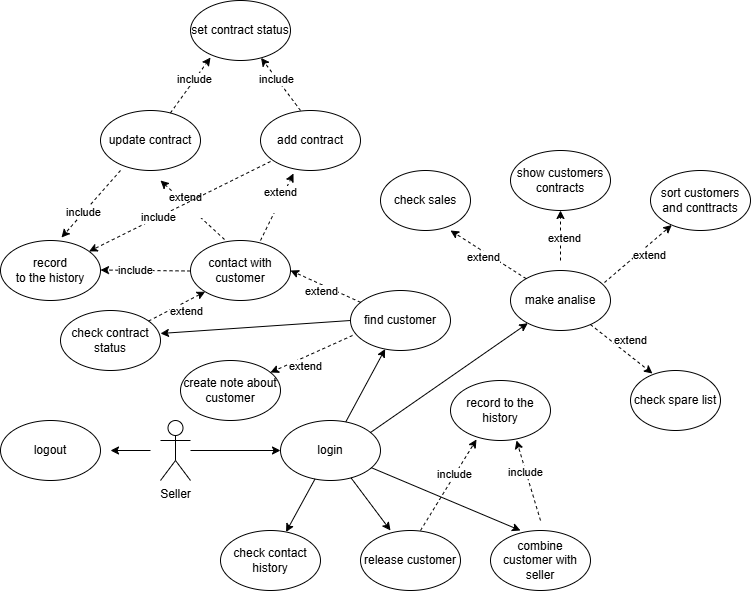
Above: documentation/images/use_case_contract_management.png in RockPiryt/EnerLink (draw.io), before the change. Source tidied: cells renumbered, new cells last; positions are measured from the earlier drawing's top-left corner, leaving out a move shared by most shapes.
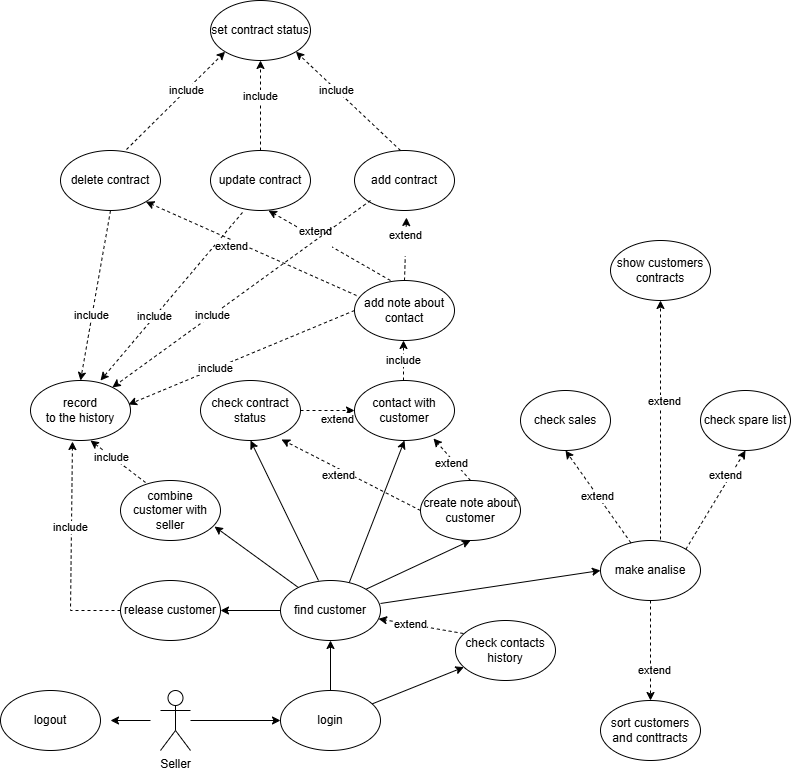
Above is the later version.

Commit message:
new version use case customer and contract diagrams

Diff of the diagram source:
```diff
@@ -5,6 +5,6 @@
     <mxCell id="2" value="Seller" style="shape=umlActor;verticalLabelPosition=bottom;verticalAlign=top;html=1;outlineConnect=0;" parent="1" vertex="1">
-      <mxGeometry x="160" y="420" width="30" height="60" as="geometry" />
+      <mxGeometry x="89" y="920" width="30" height="60" as="geometry" />
     </mxCell>
     <mxCell id="3" value="login" style="ellipse;whiteSpace=wrap;html=1;" parent="1" vertex="1">
-      <mxGeometry x="280" y="420" width="100" height="60" as="geometry" />
+      <mxGeometry x="209" y="920" width="100" height="60" as="geometry" />
     </mxCell>
@@ -14,3 +14,3 @@
     <mxCell id="5" value="logout" style="ellipse;whiteSpace=wrap;html=1;" parent="1" vertex="1">
-      <mxGeometry y="420" width="100" height="60" as="geometry" />
+      <mxGeometry x="-71" y="920" width="100" height="60" as="geometry" />
     </mxCell>
@@ -18,4 +18,4 @@
       <mxGeometry relative="1" as="geometry">
-        <mxPoint x="150" y="450" as="sourcePoint" />
-        <mxPoint x="110" y="450" as="targetPoint" />
+        <mxPoint x="79" y="950" as="sourcePoint" />
+        <mxPoint x="39" y="950" as="targetPoint" />
       </mxGeometry>
@@ -23,5 +23,5 @@
     <mxCell id="7" value="combine customer with seller" style="ellipse;whiteSpace=wrap;html=1;" parent="1" vertex="1">
-      <mxGeometry x="490" y="530" width="100" height="60" as="geometry" />
+      <mxGeometry x="49" y="710" width="100" height="60" as="geometry" />
     </mxCell>
-    <mxCell id="8" style="endArrow=classic;html=1;rounded=0;entryX=0.3;entryY=0;entryDx=0;entryDy=0;entryPerimeter=0;" parent="1" edge="1" source="3" target="7">
+    <mxCell id="8" style="endArrow=classic;html=1;rounded=0;entryX=0.94;entryY=0.767;entryDx=0;entryDy=0;entryPerimeter=0;" parent="1" edge="1" source="43" target="7">
       <mxGeometry relative="1" as="geometry" />
@@ -29,9 +29,9 @@
     <mxCell id="9" value="release customer" style="ellipse;whiteSpace=wrap;html=1;" parent="1" vertex="1">
-      <mxGeometry x="360" y="530" width="100" height="60" as="geometry" />
+      <mxGeometry x="49" y="810" width="100" height="60" as="geometry" />
     </mxCell>
-    <mxCell id="10" style="endArrow=classic;html=1;rounded=0;entryX=0.3;entryY=0;entryDx=0;entryDy=0;entryPerimeter=0;" parent="1" edge="1" source="3" target="9">
+    <mxCell id="10" style="endArrow=classic;html=1;rounded=0;entryX=1;entryY=0.5;entryDx=0;entryDy=0;exitX=0;exitY=0.5;exitDx=0;exitDy=0;" parent="1" edge="1" source="43" target="9">
       <mxGeometry relative="1" as="geometry" />
     </mxCell>
-    <mxCell id="11" value="check contact history" style="ellipse;whiteSpace=wrap;html=1;" parent="1" vertex="1">
-      <mxGeometry x="220" y="530" width="100" height="60" as="geometry" />
+    <mxCell id="11" value="check contacts history" style="ellipse;whiteSpace=wrap;html=1;" parent="1" vertex="1">
+      <mxGeometry x="384" y="850" width="100" height="60" as="geometry" />
     </mxCell>
@@ -41,11 +41,5 @@
     <mxCell id="13" value="check contract status" style="ellipse;whiteSpace=wrap;html=1;" parent="1" vertex="1">
-      <mxGeometry x="60" y="310" width="100" height="60" as="geometry" />
+      <mxGeometry x="129" y="610" width="100" height="60" as="geometry" />
     </mxCell>
-    <mxCell id="14" style="endArrow=classic;html=1;rounded=0;exitX=0;exitY=0.5;exitDx=0;exitDy=0;entryX=1;entryY=0.383;entryDx=0;entryDy=0;entryPerimeter=0;" parent="1" edge="1" source="43" target="13">
-      <mxGeometry relative="1" as="geometry" />
-    </mxCell>
-    <mxCell id="15" value="record to the history" style="ellipse;whiteSpace=wrap;html=1;" parent="1" vertex="1">
-      <mxGeometry x="450" y="380" width="100" height="60" as="geometry" />
-    </mxCell>
-    <mxCell id="16" style="endArrow=classic;html=1;rounded=0;entryX=0.26;entryY=0.983;entryDx=0;entryDy=0;entryPerimeter=0;exitX=0.6;exitY=0;exitDx=0;exitDy=0;exitPerimeter=0;dashed=1;" parent="1" edge="1" source="9" target="15">
+    <mxCell id="16" style="endArrow=classic;html=1;rounded=0;entryX=0.6;entryY=1;entryDx=0;entryDy=0;entryPerimeter=0;exitX=0.25;exitY=0.033;exitDx=0;exitDy=0;exitPerimeter=0;dashed=1;" parent="1" edge="1" source="7" target="25">
       <mxGeometry relative="1" as="geometry" />
@@ -57,6 +51,7 @@
     </mxCell>
-    <mxCell id="18" style="endArrow=classic;html=1;rounded=0;entryX=0.26;entryY=0.983;entryDx=0;entryDy=0;entryPerimeter=0;dashed=1;" parent="1" edge="1">
+    <mxCell id="18" style="endArrow=classic;html=1;rounded=0;entryX=0.42;entryY=1.017;entryDx=0;entryDy=0;entryPerimeter=0;dashed=1;exitX=0;exitY=0.5;exitDx=0;exitDy=0;" parent="1" edge="1" source="9" target="25">
       <mxGeometry relative="1" as="geometry">
-        <mxPoint x="540" y="520" as="sourcePoint" />
-        <mxPoint x="516" y="440" as="targetPoint" />
+        <Array as="points">
+          <mxPoint x="-1" y="840" />
+        </Array>
       </mxGeometry>
@@ -69,5 +64,5 @@
     <mxCell id="20" value="contact with customer" style="ellipse;whiteSpace=wrap;html=1;" parent="1" vertex="1">
-      <mxGeometry x="190" y="240" width="100" height="60" as="geometry" />
+      <mxGeometry x="283" y="610" width="100" height="60" as="geometry" />
     </mxCell>
-    <mxCell id="21" style="endArrow=classic;html=1;rounded=0;" parent="1" edge="1" source="3" target="43">
+    <mxCell id="21" style="endArrow=classic;html=1;rounded=0;exitX=0.68;exitY=0.067;exitDx=0;exitDy=0;entryX=0.5;entryY=1;entryDx=0;entryDy=0;exitPerimeter=0;" parent="1" edge="1" source="43" target="20">
       <mxGeometry relative="1" as="geometry" />
@@ -75,9 +70,6 @@
     <mxCell id="22" value="create note about customer" style="ellipse;whiteSpace=wrap;html=1;" parent="1" vertex="1">
-      <mxGeometry x="180" y="360" width="100" height="60" as="geometry" />
+      <mxGeometry x="349" y="710" width="100" height="60" as="geometry" />
     </mxCell>
-    <mxCell id="23" style="endArrow=classic;html=1;rounded=0;exitX=0.6;exitY=0;exitDx=0;exitDy=0;exitPerimeter=0;dashed=1;" parent="1" edge="1">
-      <mxGeometry relative="1" as="geometry">
-        <mxPoint x="190" y="270.5" as="sourcePoint" />
-        <mxPoint x="100" y="269.5" as="targetPoint" />
-      </mxGeometry>
+    <mxCell id="23" style="endArrow=classic;html=1;rounded=0;exitX=0;exitY=0.5;exitDx=0;exitDy=0;dashed=1;entryX=0.98;entryY=0.4;entryDx=0;entryDy=0;entryPerimeter=0;" parent="1" edge="1" source="65" target="25">
+      <mxGeometry relative="1" as="geometry" />
     </mxCell>
@@ -89,17 +81,15 @@
     <mxCell id="25" value="record&lt;div&gt;to the history&lt;/div&gt;" style="ellipse;whiteSpace=wrap;html=1;" parent="1" vertex="1">
-      <mxGeometry y="240" width="100" height="60" as="geometry" />
+      <mxGeometry x="-41" y="610" width="100" height="60" as="geometry" />
     </mxCell>
     <mxCell id="26" value="update contract" style="ellipse;whiteSpace=wrap;html=1;" parent="1" vertex="1">
-      <mxGeometry x="100" y="110" width="100" height="60" as="geometry" />
+      <mxGeometry x="139" y="380" width="100" height="60" as="geometry" />
     </mxCell>
     <mxCell id="27" value="add contract" style="ellipse;whiteSpace=wrap;html=1;" parent="1" vertex="1">
-      <mxGeometry x="260" y="110" width="100" height="60" as="geometry" />
+      <mxGeometry x="283" y="380" width="100" height="60" as="geometry" />
     </mxCell>
     <mxCell id="28" value="set contract status" style="ellipse;whiteSpace=wrap;html=1;" parent="1" vertex="1">
-      <mxGeometry x="190" width="100" height="60" as="geometry" />
+      <mxGeometry x="139" y="230" width="100" height="60" as="geometry" />
     </mxCell>
-    <mxCell id="29" style="endArrow=classic;html=1;rounded=0;dashed=1;exitX=0.34;exitY=-0.017;exitDx=0;exitDy=0;exitPerimeter=0;" parent="1" edge="1" source="20">
-      <mxGeometry relative="1" as="geometry">
-        <mxPoint x="160" y="180" as="targetPoint" />
-      </mxGeometry>
+    <mxCell id="29" style="endArrow=classic;html=1;rounded=0;dashed=1;exitX=0.5;exitY=0;exitDx=0;exitDy=0;entryX=0.52;entryY=1.117;entryDx=0;entryDy=0;entryPerimeter=0;" parent="1" edge="1" source="65" target="27">
+      <mxGeometry relative="1" as="geometry" />
     </mxCell>
@@ -110,6 +100,4 @@
     </mxCell>
-    <mxCell id="31" style="endArrow=classic;html=1;rounded=0;dashed=1;entryX=0.33;entryY=1.05;entryDx=0;entryDy=0;exitX=0.34;exitY=-0.017;exitDx=0;exitDy=0;exitPerimeter=0;entryPerimeter=0;" parent="1" edge="1" target="27">
-      <mxGeometry relative="1" as="geometry">
-        <mxPoint x="260" y="240" as="sourcePoint" />
-      </mxGeometry>
+    <mxCell id="31" style="endArrow=classic;html=1;rounded=0;dashed=1;exitX=0.36;exitY=0;exitDx=0;exitDy=0;exitPerimeter=0;entryX=0.58;entryY=1;entryDx=0;entryDy=0;entryPerimeter=0;" parent="1" edge="1" source="65" target="26">
+      <mxGeometry relative="1" as="geometry" />
     </mxCell>
@@ -120,5 +108,5 @@
     </mxCell>
-    <mxCell id="33" style="endArrow=classic;html=1;rounded=0;exitX=0.6;exitY=0;exitDx=0;exitDy=0;exitPerimeter=0;dashed=1;entryX=0.61;entryY=-0.05;entryDx=0;entryDy=0;entryPerimeter=0;" parent="1" edge="1" target="25">
+    <mxCell id="33" style="endArrow=classic;html=1;rounded=0;dashed=1;entryX=0.5;entryY=0;entryDx=0;entryDy=0;" parent="1" edge="1" target="25">
       <mxGeometry relative="1" as="geometry">
-        <mxPoint x="120" y="170" as="sourcePoint" />
+        <mxPoint x="39" y="440" as="sourcePoint" />
       </mxGeometry>
@@ -130,5 +118,5 @@
     </mxCell>
-    <mxCell id="35" style="endArrow=classic;html=1;rounded=0;exitX=0.6;exitY=0;exitDx=0;exitDy=0;exitPerimeter=0;dashed=1;" parent="1" edge="1" target="25">
+    <mxCell id="35" style="endArrow=classic;html=1;rounded=0;dashed=1;" parent="1" edge="1" target="25">
       <mxGeometry relative="1" as="geometry">
-        <mxPoint x="270" y="161" as="sourcePoint" />
+        <mxPoint x="299" y="430" as="sourcePoint" />
       </mxGeometry>
@@ -140,6 +128,4 @@
     </mxCell>
-    <mxCell id="37" style="endArrow=classic;html=1;rounded=0;exitX=0.6;exitY=0;exitDx=0;exitDy=0;exitPerimeter=0;dashed=1;" parent="1" edge="1" target="28">
-      <mxGeometry relative="1" as="geometry">
-        <mxPoint x="300" y="110" as="sourcePoint" />
-      </mxGeometry>
+    <mxCell id="37" style="endArrow=classic;html=1;rounded=0;exitX=0.66;exitY=-0.017;exitDx=0;exitDy=0;exitPerimeter=0;dashed=1;entryX=0;entryY=1;entryDx=0;entryDy=0;" parent="1" edge="1" source="71" target="28">
+      <mxGeometry relative="1" as="geometry" />
     </mxCell>
@@ -150,6 +136,4 @@
     </mxCell>
-    <mxCell id="39" style="endArrow=classic;html=1;rounded=0;dashed=1;" parent="1" edge="1" source="26">
-      <mxGeometry relative="1" as="geometry">
-        <mxPoint x="210" y="57" as="targetPoint" />
-      </mxGeometry>
+    <mxCell id="39" style="endArrow=classic;html=1;rounded=0;dashed=1;exitX=0.32;exitY=1.033;exitDx=0;exitDy=0;exitPerimeter=0;entryX=0.7;entryY=0;entryDx=0;entryDy=0;entryPerimeter=0;" parent="1" edge="1" source="26" target="25">
+      <mxGeometry relative="1" as="geometry" />
     </mxCell>
@@ -160,3 +144,3 @@
     </mxCell>
-    <mxCell id="41" style="endArrow=classic;html=1;rounded=0;dashed=1;entryX=1;entryY=0.5;entryDx=0;entryDy=0;" parent="1" edge="1" source="43" target="20">
+    <mxCell id="41" style="endArrow=classic;html=1;rounded=0;dashed=1;exitX=0.02;exitY=0.25;exitDx=0;exitDy=0;exitPerimeter=0;entryX=1;entryY=1;entryDx=0;entryDy=0;" parent="1" edge="1" source="65" target="71">
       <mxGeometry relative="1" as="geometry" />
@@ -169,5 +153,5 @@
     <mxCell id="43" value="find customer" style="ellipse;whiteSpace=wrap;html=1;" parent="1" vertex="1">
-      <mxGeometry x="350" y="290" width="100" height="60" as="geometry" />
+      <mxGeometry x="209" y="810" width="100" height="60" as="geometry" />
     </mxCell>
-    <mxCell id="44" style="endArrow=classic;html=1;rounded=0;dashed=1;exitX=0.02;exitY=0.75;exitDx=0;exitDy=0;exitPerimeter=0;" parent="1" edge="1" source="43" target="22">
+    <mxCell id="44" style="endArrow=classic;html=1;rounded=0;dashed=1;exitX=0.5;exitY=0;exitDx=0;exitDy=0;entryX=0.79;entryY=0.967;entryDx=0;entryDy=0;entryPerimeter=0;" parent="1" edge="1" source="22" target="20">
       <mxGeometry relative="1" as="geometry" />
@@ -180,40 +164,15 @@
     <mxCell id="46" value="make analise" style="ellipse;whiteSpace=wrap;html=1;" parent="1" vertex="1">
-      <mxGeometry x="510" y="270" width="100" height="60" as="geometry" />
+      <mxGeometry x="529" y="770" width="100" height="60" as="geometry" />
     </mxCell>
-    <mxCell id="47" style="endArrow=classic;html=1;rounded=0;" parent="1" edge="1" target="46">
-      <mxGeometry relative="1" as="geometry">
-        <mxPoint x="370" y="432" as="sourcePoint" />
-      </mxGeometry>
+    <mxCell id="47" style="endArrow=classic;html=1;rounded=0;entryX=0.5;entryY=1;entryDx=0;entryDy=0;exitX=0.5;exitY=0;exitDx=0;exitDy=0;" parent="1" edge="1" source="3" target="43">
+      <mxGeometry relative="1" as="geometry" />
     </mxCell>
-    <mxCell id="48" value="check sales" style="ellipse;whiteSpace=wrap;html=1;" parent="1" vertex="1">
-      <mxGeometry x="380" y="170" width="90" height="60" as="geometry" />
-    </mxCell>
     <mxCell id="49" value="show customers contracts" style="ellipse;whiteSpace=wrap;html=1;" parent="1" vertex="1">
-      <mxGeometry x="510" y="150" width="100" height="60" as="geometry" />
+      <mxGeometry x="539" y="470" width="100" height="60" as="geometry" />
     </mxCell>
     <mxCell id="50" value="sort customers and conttracts" style="ellipse;whiteSpace=wrap;html=1;" parent="1" vertex="1">
-      <mxGeometry x="650" y="170" width="100" height="60" as="geometry" />
+      <mxGeometry x="529" y="930" width="100" height="60" as="geometry" />
     </mxCell>
-    <mxCell id="51" style="endArrow=classic;html=1;rounded=0;dashed=1;entryX=1;entryY=0.5;entryDx=0;entryDy=0;" parent="1" edge="1" source="46">
-      <mxGeometry relative="1" as="geometry">
-        <mxPoint x="450" y="230" as="targetPoint" />
-      </mxGeometry>
-    </mxCell>
-    <mxCell id="52" value="extend" style="edgeLabel;html=1;align=center;verticalAlign=middle;" parent="51" vertex="1">
-      <mxGeometry x="0.23" relative="1" as="geometry">
-        <mxPoint x="3" y="8" as="offset" />
-      </mxGeometry>
-    </mxCell>
-    <mxCell id="53" style="endArrow=classic;html=1;rounded=0;dashed=1;entryX=0;entryY=1;entryDx=0;entryDy=0;" parent="1" edge="1" source="13" target="20">
-      <mxGeometry relative="1" as="geometry" />
-    </mxCell>
-    <mxCell id="54" value="extend" style="edgeLabel;html=1;align=center;verticalAlign=middle;" parent="53" vertex="1">
-      <mxGeometry x="0.23" relative="1" as="geometry">
-        <mxPoint x="3" y="8" as="offset" />
-      </mxGeometry>
-    </mxCell>
-    <mxCell id="55" style="endArrow=classic;html=1;rounded=0;dashed=1;entryX=0.5;entryY=1;entryDx=0;entryDy=0;" parent="1" edge="1" target="49">
-      <mxGeometry relative="1" as="geometry">
-        <mxPoint x="560" y="260" as="sourcePoint" />
-      </mxGeometry>
+    <mxCell id="55" style="endArrow=classic;html=1;rounded=0;dashed=1;entryX=0.5;entryY=1;entryDx=0;entryDy=0;exitX=0.6;exitY=-0.017;exitDx=0;exitDy=0;exitPerimeter=0;" parent="1" edge="1" source="46" target="49">
+      <mxGeometry relative="1" as="geometry" />
     </mxCell>
@@ -224,3 +183,3 @@
     </mxCell>
-    <mxCell id="57" style="endArrow=classic;html=1;rounded=0;dashed=1;exitX=0.94;exitY=0.2;exitDx=0;exitDy=0;exitPerimeter=0;" parent="1" edge="1" source="46" target="50">
+    <mxCell id="57" style="endArrow=classic;html=1;rounded=0;dashed=1;" parent="1" edge="1" source="46" target="50">
       <mxGeometry relative="1" as="geometry" />
@@ -233,5 +192,5 @@
     <mxCell id="59" value="check spare list" style="ellipse;whiteSpace=wrap;html=1;" parent="1" vertex="1">
-      <mxGeometry x="630" y="370" width="90" height="60" as="geometry" />
+      <mxGeometry x="629" y="620" width="90" height="60" as="geometry" />
     </mxCell>
-    <mxCell id="60" style="endArrow=classic;html=1;rounded=0;dashed=1;entryX=0.244;entryY=0.05;entryDx=0;entryDy=0;entryPerimeter=0;" parent="1" edge="1" source="46" target="59">
+    <mxCell id="60" style="endArrow=classic;html=1;rounded=0;dashed=1;entryX=0.5;entryY=1;entryDx=0;entryDy=0;exitX=1;exitY=0;exitDx=0;exitDy=0;" parent="1" edge="1" source="46" target="59">
       <mxGeometry relative="1" as="geometry" />
@@ -243,2 +202,73 @@
     </mxCell>
+    <mxCell id="62" style="endArrow=classic;html=1;rounded=0;dashed=1;exitX=0.08;exitY=0.217;exitDx=0;exitDy=0;exitPerimeter=0;" parent="1" edge="1" source="11" target="43">
+      <mxGeometry relative="1" as="geometry" />
+    </mxCell>
+    <mxCell id="63" value="extend" style="edgeLabel;html=1;align=center;verticalAlign=middle;" parent="62" vertex="1">
+      <mxGeometry x="0.23" relative="1" as="geometry">
+        <mxPoint x="-1" as="offset" />
+      </mxGeometry>
+    </mxCell>
+    <mxCell id="64" style="endArrow=classic;html=1;rounded=0;exitX=1;exitY=0;exitDx=0;exitDy=0;entryX=0.5;entryY=1;entryDx=0;entryDy=0;" parent="1" edge="1" source="43" target="22">
+      <mxGeometry relative="1" as="geometry" />
+    </mxCell>
+    <mxCell id="65" value="add note about&lt;div&gt;contact&lt;/div&gt;" style="ellipse;whiteSpace=wrap;html=1;" parent="1" vertex="1">
+      <mxGeometry x="283" y="510" width="100" height="60" as="geometry" />
+    </mxCell>
+    <mxCell id="66" value="include" style="endArrow=classic;html=1;rounded=0;exitX=0.5;exitY=0;exitDx=0;exitDy=0;entryX=0.5;entryY=1;entryDx=0;entryDy=0;dashed=1;" parent="1" edge="1">
+      <mxGeometry relative="1" as="geometry">
+        <mxPoint x="332" y="610" as="sourcePoint" />
+        <mxPoint x="332" y="570" as="targetPoint" />
+      </mxGeometry>
+    </mxCell>
+    <mxCell id="67" style="endArrow=classic;html=1;rounded=0;entryX=0.5;entryY=1;entryDx=0;entryDy=0;" parent="1" edge="1" target="13">
+      <mxGeometry relative="1" as="geometry">
+        <mxPoint x="247" y="810" as="sourcePoint" />
+      </mxGeometry>
+    </mxCell>
+    <mxCell id="53" style="endArrow=classic;html=1;rounded=0;dashed=1;exitX=1;exitY=0.5;exitDx=0;exitDy=0;entryX=0;entryY=0.5;entryDx=0;entryDy=0;" parent="1" edge="1" source="13" target="20">
+      <mxGeometry relative="1" as="geometry" />
+    </mxCell>
+    <mxCell id="68" value="extend" style="edgeLabel;html=1;align=center;verticalAlign=middle;" parent="53" vertex="1">
+      <mxGeometry x="0.23" relative="1" as="geometry">
+        <mxPoint x="3" y="8" as="offset" />
+      </mxGeometry>
+    </mxCell>
+    <mxCell id="69" style="endArrow=classic;html=1;rounded=0;dashed=1;exitX=0;exitY=0.5;exitDx=0;exitDy=0;entryX=0.81;entryY=0.983;entryDx=0;entryDy=0;entryPerimeter=0;" parent="1" edge="1" source="22" target="13">
+      <mxGeometry relative="1" as="geometry" />
+    </mxCell>
+    <mxCell id="70" value="extend" style="edgeLabel;html=1;align=center;verticalAlign=middle;" parent="69" vertex="1">
+      <mxGeometry x="0.23" relative="1" as="geometry">
+        <mxPoint x="3" y="8" as="offset" />
+      </mxGeometry>
+    </mxCell>
+    <mxCell id="71" value="delete contract" style="ellipse;whiteSpace=wrap;html=1;" parent="1" vertex="1">
+      <mxGeometry x="-11" y="380" width="100" height="60" as="geometry" />
+    </mxCell>
+    <mxCell id="72" style="endArrow=classic;html=1;rounded=0;exitX=0.5;exitY=0;exitDx=0;exitDy=0;dashed=1;entryX=0.5;entryY=1;entryDx=0;entryDy=0;" parent="1" edge="1" source="26" target="28">
+      <mxGeometry relative="1" as="geometry" />
+    </mxCell>
+    <mxCell id="73" value="include" style="edgeLabel;html=1;align=center;verticalAlign=middle;" parent="72" vertex="1">
+      <mxGeometry x="0.23" relative="1" as="geometry">
+        <mxPoint x="-1" as="offset" />
+      </mxGeometry>
+    </mxCell>
+    <mxCell id="74" style="endArrow=classic;html=1;rounded=0;dashed=1;entryX=1;entryY=1;entryDx=0;entryDy=0;" parent="1" edge="1" target="28">
+      <mxGeometry relative="1" as="geometry">
+        <mxPoint x="329" y="380" as="sourcePoint" />
+      </mxGeometry>
+    </mxCell>
+    <mxCell id="75" value="include" style="edgeLabel;html=1;align=center;verticalAlign=middle;" parent="74" vertex="1">
+      <mxGeometry x="0.23" relative="1" as="geometry">
+        <mxPoint x="-1" as="offset" />
+      </mxGeometry>
+    </mxCell>
+    <mxCell id="76" value="extend" style="endArrow=classic;html=1;rounded=0;dashed=1;entryX=0.5;entryY=1;entryDx=0;entryDy=0;" parent="1" edge="1" source="46" target="48">
+      <mxGeometry relative="1" as="geometry" />
+    </mxCell>
+    <mxCell id="48" value="check sales" style="ellipse;whiteSpace=wrap;html=1;" parent="1" vertex="1">
+      <mxGeometry x="449" y="620" width="90" height="60" as="geometry" />
+    </mxCell>
+    <mxCell id="77" style="endArrow=classic;html=1;rounded=0;entryX=0;entryY=0.5;entryDx=0;entryDy=0;exitX=1;exitY=0.383;exitDx=0;exitDy=0;exitPerimeter=0;" parent="1" edge="1" source="43" target="46">
+      <mxGeometry relative="1" as="geometry" />
+    </mxCell>
   </root>
```
